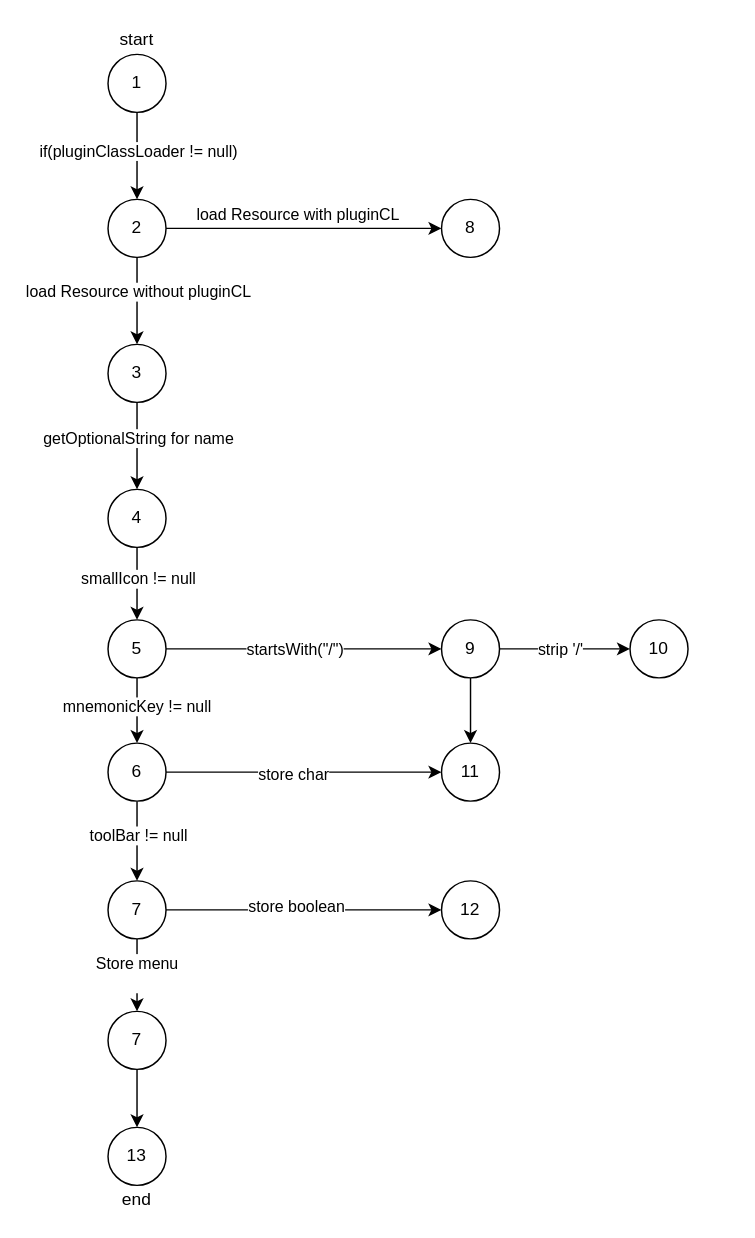
This is ELEC5618_Test_Flow_Graph.drawio from Hu1999824/hello-world, a draw.io file, before an edit. Source tidied: cells renumbered, new cells numbered last; positions are measured from the earlier drawing's top-left corner, leaving out a move shared by most shapes. Both pictures are drawn from the tidied source at 145%, with x=0, y=0 at pixel (100, 25).
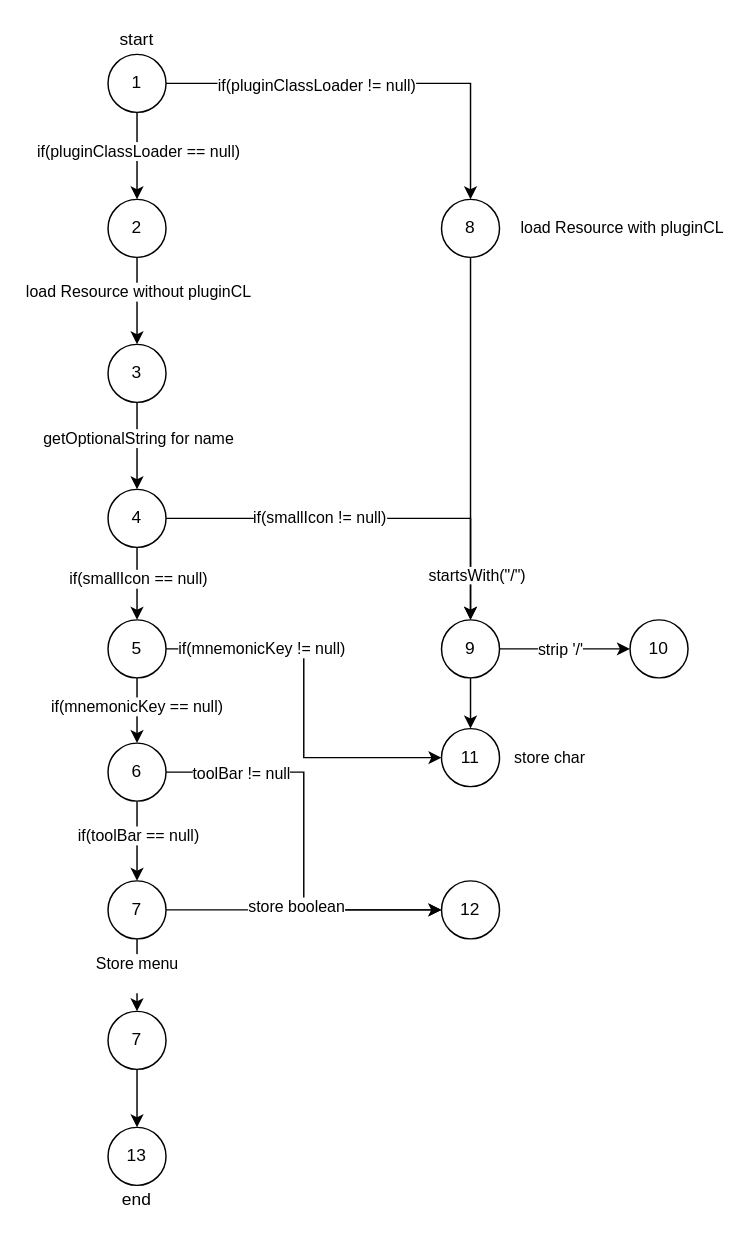
Above is the later version.

Unchanged cells that the change refers to:
```xml
<mxCell id="2" style="edgeStyle=orthogonalEdgeStyle;rounded=0;jettySize=auto;html=1;entryX=0.5;entryY=0;entryDx=0;entryDy=0;" parent="1" edge="1" source="4" target="10">
  <mxGeometry relative="1" as="geometry" />
</mxCell>
<mxCell id="4" value="1" style="ellipse;whiteSpace=wrap;html=1;" parent="1" vertex="1">
  <mxGeometry x="5" y="20" width="40" height="40" as="geometry" />
</mxCell>
<mxCell id="10" value="2" style="ellipse;whiteSpace=wrap;html=1;" parent="1" vertex="1">
  <mxGeometry x="5" y="120" width="40" height="40" as="geometry" />
</mxCell>
<mxCell id="14" style="edgeStyle=orthogonalEdgeStyle;rounded=0;jettySize=auto;html=1;entryX=0.5;entryY=0;entryDx=0;entryDy=0;" parent="1" edge="1" source="16" target="21">
  <mxGeometry relative="1" as="geometry" />
</mxCell>
<mxCell id="16" value="4" style="ellipse;whiteSpace=wrap;html=1;" parent="1" vertex="1">
  <mxGeometry x="5" y="320" width="40" height="40" as="geometry" />
</mxCell>
<mxCell id="17" style="edgeStyle=orthogonalEdgeStyle;rounded=0;jettySize=auto;html=1;entryX=0.5;entryY=0;entryDx=0;entryDy=0;" parent="1" edge="1" source="21" target="26">
  <mxGeometry relative="1" as="geometry" />
</mxCell>
<mxCell id="21" value="5" style="ellipse;whiteSpace=wrap;html=1;" parent="1" vertex="1">
  <mxGeometry x="5" y="410" width="40" height="40" as="geometry" />
</mxCell>
<mxCell id="22" style="edgeStyle=orthogonalEdgeStyle;rounded=0;jettySize=auto;html=1;entryX=0.5;entryY=0;entryDx=0;entryDy=0;" parent="1" edge="1" source="26" target="31">
  <mxGeometry relative="1" as="geometry" />
</mxCell>
<mxCell id="26" value="6" style="ellipse;whiteSpace=wrap;html=1;" parent="1" vertex="1">
  <mxGeometry x="5" y="495" width="40" height="40" as="geometry" />
</mxCell>
<mxCell id="34" value="8" style="ellipse;whiteSpace=wrap;html=1;" parent="1" vertex="1">
  <mxGeometry x="235" y="120" width="40" height="40" as="geometry" />
</mxCell>
<mxCell id="38" value="9" style="ellipse;whiteSpace=wrap;html=1;" parent="1" vertex="1">
  <mxGeometry x="235" y="410" width="40" height="40" as="geometry" />
</mxCell>
<mxCell id="41" value="12" style="ellipse;whiteSpace=wrap;html=1;" parent="1" vertex="1">
  <mxGeometry x="235" y="590" width="40" height="40" as="geometry" />
</mxCell>
```

What changed in the source:
```diff
@@
-    <mxCell id="3" value="if(pluginClassLoader != null)" style="edgeLabel;html=1;align=center;verticalAlign=middle;" parent="2" vertex="1">
+    <mxCell id="3" value="if(pluginClassLoader == null)" style="edgeLabel;html=1;align=center;verticalAlign=middle;" parent="2" vertex="1">
       <mxGeometry x="-0.14" relative="1" as="geometry" />
     </mxCell>
+    <mxCell id="44" style="edgeStyle=orthogonalEdgeStyle;rounded=0;jettySize=auto;html=1;entryX=0.5;entryY=0;entryDx=0;entryDy=0;" parent="1" edge="1" source="4" target="34">
+      <mxGeometry relative="1" as="geometry" />
+    </mxCell>
+    <mxCell id="45" value="if(pluginClassLoader != null)" style="edgeLabel;html=1;align=center;verticalAlign=middle;" parent="44" vertex="1">
+      <mxGeometry x="-0.29" y="-1" relative="1" as="geometry" />
+    </mxCell>
@@
-    <mxCell id="8" style="edgeStyle=orthogonalEdgeStyle;rounded=0;jettySize=auto;html=1;entryX=0;entryY=0.5;entryDx=0;entryDy=0;" parent="1" edge="1" source="10" target="34">
-      <mxGeometry relative="1" as="geometry" />
-    </mxCell>
-    <mxCell id="9" value="load Resource with pluginCL" style="edgeLabel;html=1;align=center;verticalAlign=middle;rotation=0;" parent="8" vertex="1">
-      <mxGeometry x="-0.04" y="-2" relative="1" as="geometry">
-        <mxPoint x="-1" y="-12" as="offset" />
-      </mxGeometry>
-    </mxCell>
@@
-    <mxCell id="15" value="smallIcon != null" style="edgeLabel;html=1;align=center;verticalAlign=middle;" parent="14" vertex="1">
+    <mxCell id="15" value="if(smallIcon == null)" style="edgeLabel;html=1;align=center;verticalAlign=middle;" parent="14" vertex="1">
       <mxGeometry x="-0.15" relative="1" as="geometry" />
     </mxCell>
+    <mxCell id="46" style="edgeStyle=orthogonalEdgeStyle;rounded=0;jettySize=auto;html=1;entryX=0.5;entryY=0;entryDx=0;entryDy=0;" parent="1" edge="1" source="16" target="38">
+      <mxGeometry relative="1" as="geometry" />
+    </mxCell>
+    <mxCell id="47" value="if(smallIcon != null)" style="edgeLabel;html=1;align=center;verticalAlign=middle;" parent="46" vertex="1">
+      <mxGeometry x="-0.25" y="1" relative="1" as="geometry" />
+    </mxCell>
@@
-    <mxCell id="18" value="mnemonicKey != null" style="edgeLabel;html=1;align=center;verticalAlign=middle;" parent="17" vertex="1">
+    <mxCell id="18" value="if(mnemonicKey == null)" style="edgeLabel;html=1;align=center;verticalAlign=middle;" parent="17" vertex="1">
       <mxGeometry x="-0.15" y="-1" relative="1" as="geometry" />
     </mxCell>
-    <mxCell id="19" style="edgeStyle=orthogonalEdgeStyle;rounded=0;jettySize=auto;html=1;entryX=0;entryY=0.5;entryDx=0;entryDy=0;" parent="1" edge="1" source="21" target="38">
-      <mxGeometry relative="1" as="geometry" />
-    </mxCell>
-    <mxCell id="20" value="startsWith(&quot;/&quot;)" style="edgeLabel;html=1;align=center;verticalAlign=middle;" parent="19" vertex="1">
-      <mxGeometry x="-0.07" relative="1" as="geometry" />
-    </mxCell>
+    <mxCell id="48" style="edgeStyle=orthogonalEdgeStyle;rounded=0;jettySize=auto;html=1;entryX=0;entryY=0.5;entryDx=0;entryDy=0;" parent="1" edge="1" source="21" target="40">
+      <mxGeometry relative="1" as="geometry" />
+    </mxCell>
+    <mxCell id="49" value="if(mnemonicKey != null)" style="edgeLabel;html=1;align=center;verticalAlign=middle;" parent="48" vertex="1">
+      <mxGeometry x="-0.51" y="1" relative="1" as="geometry" />
+    </mxCell>
@@
-    <mxCell id="23" value="toolBar != null" style="edgeLabel;html=1;align=center;verticalAlign=middle;" parent="22" vertex="1">
+    <mxCell id="23" value="if(toolBar == null)" style="edgeLabel;html=1;align=center;verticalAlign=middle;" parent="22" vertex="1">
       <mxGeometry x="-0.18" relative="1" as="geometry" />
     </mxCell>
-    <mxCell id="24" style="edgeStyle=orthogonalEdgeStyle;rounded=0;jettySize=auto;html=1;entryX=0;entryY=0.5;entryDx=0;entryDy=0;" parent="1" edge="1" source="26" target="40">
-      <mxGeometry relative="1" as="geometry" />
-    </mxCell>
-    <mxCell id="25" value="store char" style="edgeLabel;html=1;align=center;verticalAlign=middle;" parent="24" vertex="1">
-      <mxGeometry x="-0.08" y="-1" relative="1" as="geometry" />
-    </mxCell>
+    <mxCell id="50" style="edgeStyle=orthogonalEdgeStyle;rounded=0;jettySize=auto;html=1;entryX=0;entryY=0.5;entryDx=0;entryDy=0;" parent="1" edge="1" source="26" target="41">
+      <mxGeometry relative="1" as="geometry" />
+    </mxCell>
+    <mxCell id="51" value="toolBar != null" style="edgeLabel;html=1;align=center;verticalAlign=middle;" parent="50" vertex="1">
+      <mxGeometry x="-0.58" relative="1" as="geometry">
+        <mxPoint x="-9" as="offset" />
+      </mxGeometry>
+    </mxCell>
@@
+    <mxCell id="52" style="edgeStyle=orthogonalEdgeStyle;rounded=0;jettySize=auto;html=1;entryX=0.5;entryY=0;entryDx=0;entryDy=0;" parent="1" edge="1" source="34" target="38">
+      <mxGeometry relative="1" as="geometry" />
+    </mxCell>
@@
     <mxCell id="40" value="11" style="ellipse;whiteSpace=wrap;html=1;" parent="1" vertex="1">
-      <mxGeometry x="235" y="495" width="40" height="40" as="geometry" />
+      <mxGeometry x="235" y="485" width="40" height="40" as="geometry" />
     </mxCell>
@@
+    <mxCell id="9" value="&lt;span style=&quot;font-size: 11px; text-wrap-mode: nowrap; background-color: rgb(255, 255, 255);&quot;&gt;load Resource with pluginCL&lt;/span&gt;" style="text;html=1;align=center;verticalAlign=middle;whiteSpace=wrap;rounded=0;" parent="1" vertex="1">
+      <mxGeometry x="285" y="130" width="150" height="20" as="geometry" />
+    </mxCell>
+    <mxCell id="20" value="&lt;span style=&quot;font-size: 11px; text-wrap-mode: nowrap; background-color: rgb(255, 255, 255);&quot;&gt;startsWith(&quot;/&quot;)&lt;/span&gt;" style="text;html=1;align=center;verticalAlign=middle;whiteSpace=wrap;rounded=0;" parent="1" vertex="1">
+      <mxGeometry x="225" y="370" width="70" height="20" as="geometry" />
+    </mxCell>
+    <mxCell id="25" value="&lt;span style=&quot;font-size: 11px; text-wrap-mode: nowrap; background-color: rgb(255, 255, 255);&quot;&gt;store char&lt;/span&gt;" style="text;html=1;align=center;verticalAlign=middle;whiteSpace=wrap;rounded=0;" parent="1" vertex="1">
+      <mxGeometry x="285" y="495" width="50" height="20" as="geometry" />
+    </mxCell>
```
